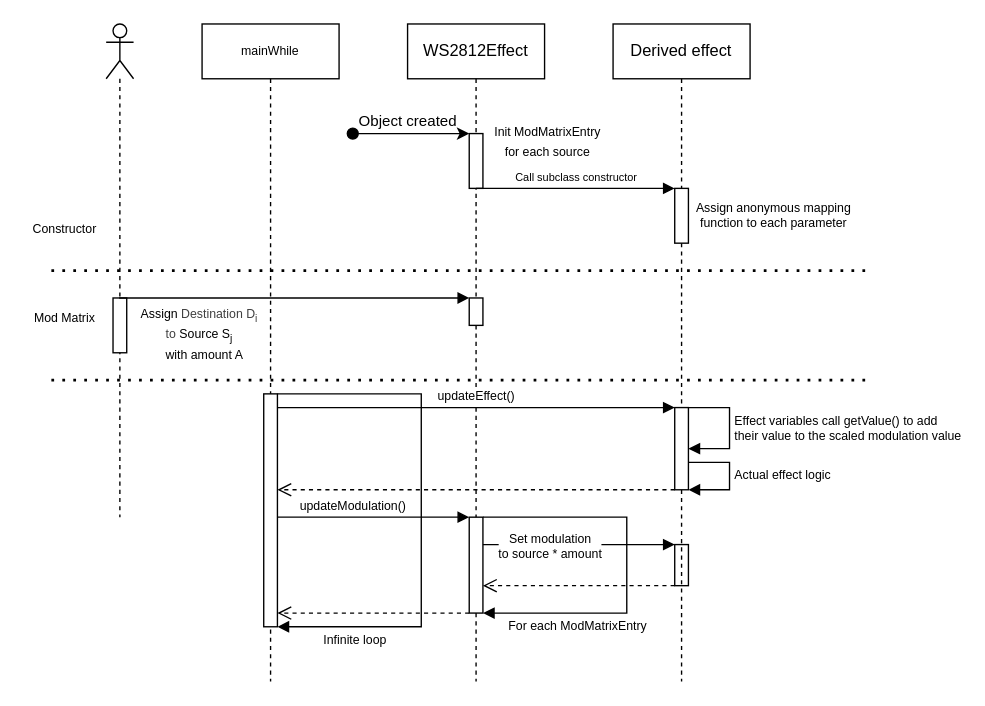
ethandrzb/Eurorack_WS2812_LED_Controller keeps this draw.io diagram as docs/one-to-one-mod_matrix_sequence.drawio. Above is the earlier version. Source tidied: cells renumbered, new cells numbered last; positions are measured from the earlier drawing's top-left corner, leaving out a move shared by most shapes. Both pictures are drawn from the tidied source at 137%, with x=0, y=0 at pixel (23, 23).
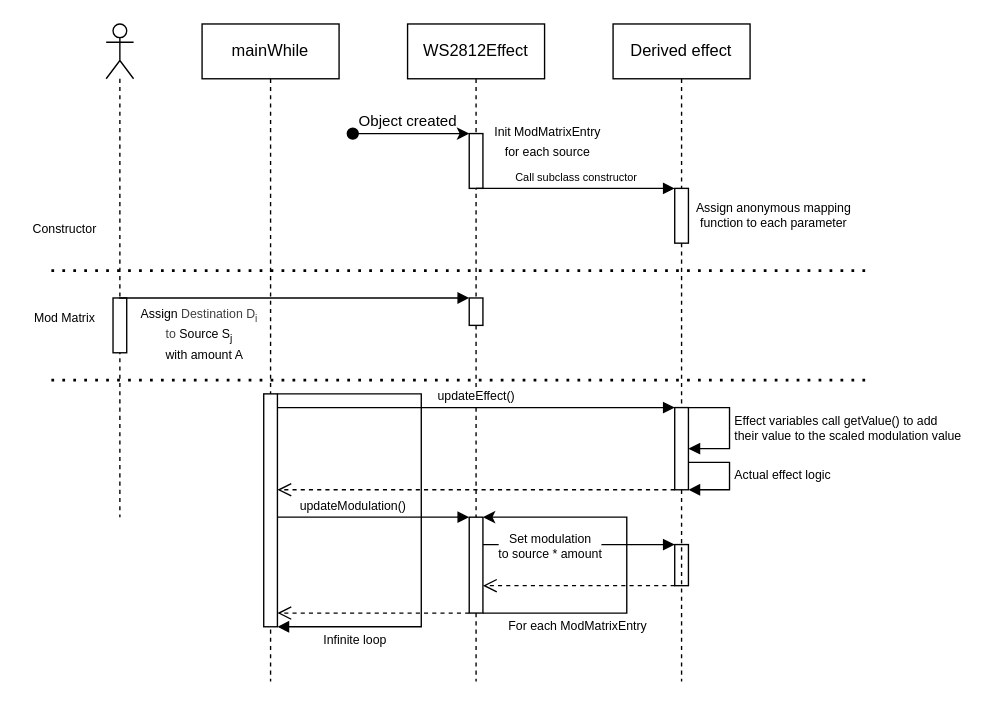
Above is the later version.

Commit message (it also covers changes not shown here):
Start of mod matrix integration with effect parameters

The change refers to these unchanged cells:
```xml
<mxCell id="2" value="WS2812Effect" style="shape=umlLifeline;perimeter=lifelinePerimeter;whiteSpace=wrap;html=1;newEdgeStyle={&quot;curved&quot;:0,&quot;rounded&quot;:0};" parent="1" vertex="1">
  <mxGeometry x="280" width="100" height="480" as="geometry" />
</mxCell>
<mxCell id="5" style="html=1;points=[[0,0,0,0,5],[0,1,0,0,-5],[1,0,0,0,5],[1,1,0,0,-5]];perimeter=orthogonalPerimeter;outlineConnect=0;targetShapes=umlLifeline;portConstraint=eastwest;newEdgeStyle={&quot;curved&quot;:0,&quot;rounded&quot;:0};" parent="2" vertex="1">
  <mxGeometry x="45" y="360" width="10" height="70" as="geometry" />
</mxCell>
```

The edit, as a diff of the source:
```diff
@@
-    <mxCell id="7" value="For each ModMatrixEntry&amp;nbsp;" style="html=1;align=left;spacingLeft=2;endArrow=block;rounded=0;edgeStyle=orthogonalEdgeStyle;curved=0;rounded=0;fontFamily=Helvetica;fontSize=9;fontColor=default;" parent="2" edge="1" source="5">
+    <mxCell id="7" value="For each ModMatrixEntry&amp;nbsp;" style="html=1;align=left;spacingLeft=2;endArrow=none;rounded=0;edgeStyle=orthogonalEdgeStyle;curved=0;rounded=0;fontFamily=Helvetica;fontSize=9;fontColor=default;startArrow=classic;startFill=1;endFill=0;" parent="2" edge="1" source="5">
       <mxGeometry x="0.89" y="10" relative="1" as="geometry">
         <mxPoint x="55" y="430" as="targetPoint" />
         <Array as="points">
           <mxPoint x="160" y="360" />
           <mxPoint x="160" y="430" />
         </Array>
       </mxGeometry>
     </mxCell>
@@
-    <mxCell id="24" value="mainWhile" style="shape=umlLifeline;perimeter=lifelinePerimeter;whiteSpace=wrap;html=1;newEdgeStyle={&quot;curved&quot;:0,&quot;rounded&quot;:0};rounded=0;align=center;verticalAlign=middle;fontFamily=Helvetica;fontSize=9;fontColor=default;fillColor=none;gradientColor=none;" parent="1" vertex="1">
+    <mxCell id="24" value="mainWhile" style="shape=umlLifeline;perimeter=lifelinePerimeter;whiteSpace=wrap;html=1;newEdgeStyle={&quot;curved&quot;:0,&quot;rounded&quot;:0};rounded=0;align=center;verticalAlign=middle;fontFamily=Helvetica;fontSize=12;fontColor=default;fillColor=none;gradientColor=none;" parent="1" vertex="1">
       <mxGeometry x="130" width="100" height="480" as="geometry" />
     </mxCell>
```
